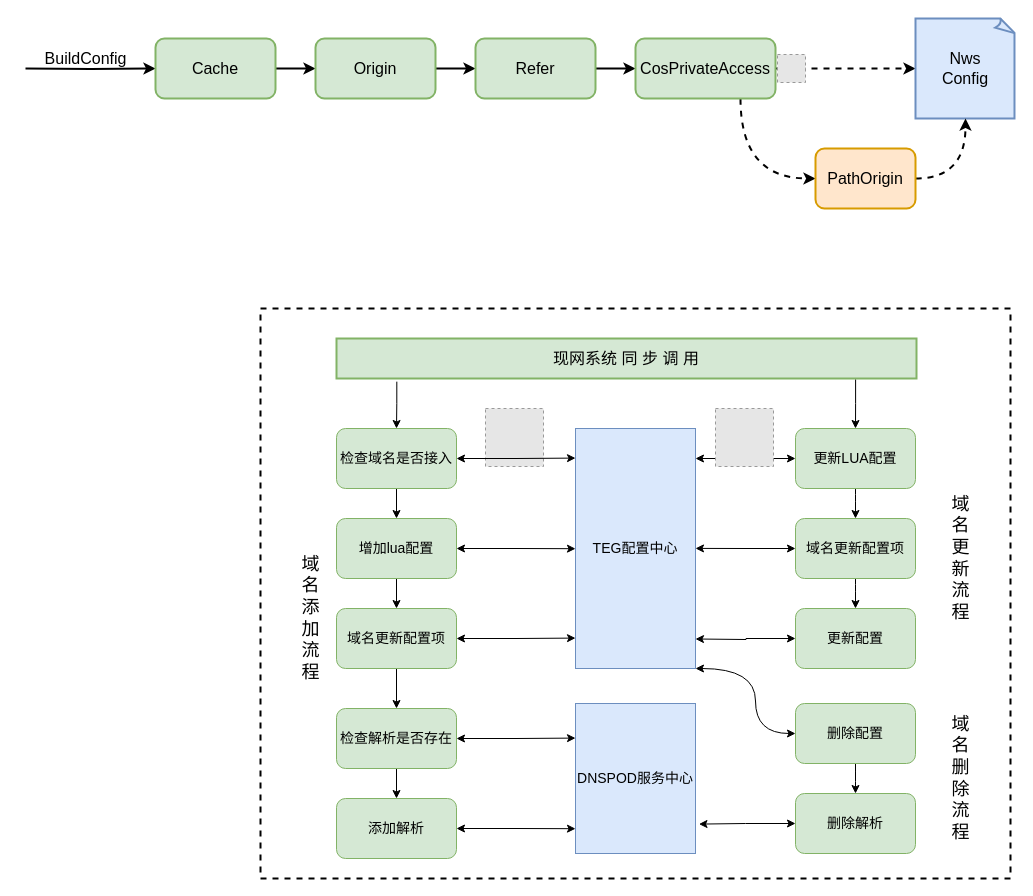
wwCrazy/resume keeps this draw.io diagram as page "Page-9" (9 of 13) of tcb.drawio. Above is the earlier version. Source tidied: cells renumbered, new cells numbered last; positions are measured from the earlier drawing's top-left corner, leaving out a move shared by most shapes. Both pictures are drawn from the tidied source at 100%, with x=0, y=0 at pixel (25, 18). Pictures stored in the file or linked from it are replaced by grey dashed boxes.
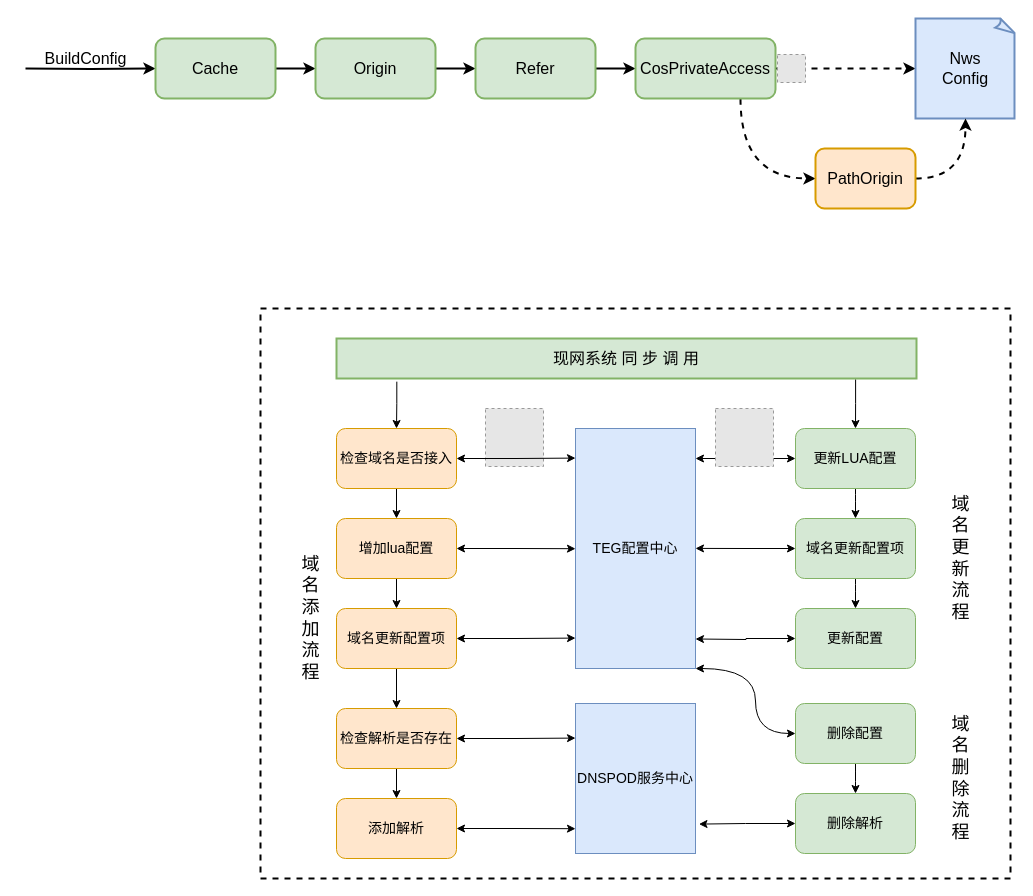
After the change.

Diff of the diagram source:
```diff
@@
-    <mxCell id="6" value="检查解析是否存在" style="rounded=1;whiteSpace=wrap;html=1;fillColor=#d5e8d4;strokeColor=#82b366;fontSize=14;" parent="1" vertex="1">
+    <mxCell id="6" value="检查解析是否存在" style="rounded=1;whiteSpace=wrap;html=1;fillColor=#ffe6cc;strokeColor=#d79b00;fontSize=14;" parent="1" vertex="1">
       <mxGeometry x="311" y="690" width="120" height="60" as="geometry" />
     </mxCell>
@@
-    <mxCell id="9" value="域名更新配置项" style="rounded=1;whiteSpace=wrap;html=1;fillColor=#d5e8d4;strokeColor=#82b366;fontSize=14;" parent="1" vertex="1">
+    <mxCell id="9" value="域名更新配置项" style="rounded=1;whiteSpace=wrap;html=1;fillColor=#ffe6cc;strokeColor=#d79b00;fontSize=14;" parent="1" vertex="1">
       <mxGeometry x="311" y="590" width="120" height="60" as="geometry" />
     </mxCell>
@@
-    <mxCell id="12" value="增加lua配置" style="rounded=1;whiteSpace=wrap;html=1;fillColor=#d5e8d4;strokeColor=#82b366;fontSize=14;" parent="1" vertex="1">
+    <mxCell id="12" value="增加lua配置" style="rounded=1;whiteSpace=wrap;html=1;fillColor=#ffe6cc;strokeColor=#d79b00;fontSize=14;" parent="1" vertex="1">
       <mxGeometry x="311" y="500" width="120" height="60" as="geometry" />
     </mxCell>
@@
-    <mxCell id="15" value="检查域名是否接入" style="rounded=1;whiteSpace=wrap;html=1;fillColor=#d5e8d4;strokeColor=#82b366;fontSize=14;" parent="1" vertex="1">
+    <mxCell id="15" value="检查域名是否接入" style="rounded=1;whiteSpace=wrap;html=1;fillColor=#ffe6cc;strokeColor=#d79b00;fontSize=14;" parent="1" vertex="1">
       <mxGeometry x="311" y="410" width="120" height="60" as="geometry" />
     </mxCell>
@@
-    <mxCell id="17" value="添加解析" style="rounded=1;whiteSpace=wrap;html=1;fillColor=#d5e8d4;strokeColor=#82b366;fontSize=14;" parent="1" vertex="1">
+    <mxCell id="17" value="添加解析" style="rounded=1;whiteSpace=wrap;html=1;fillColor=#ffe6cc;strokeColor=#d79b00;fontSize=14;" parent="1" vertex="1">
       <mxGeometry x="311" y="780" width="120" height="60" as="geometry" />
     </mxCell>
```
